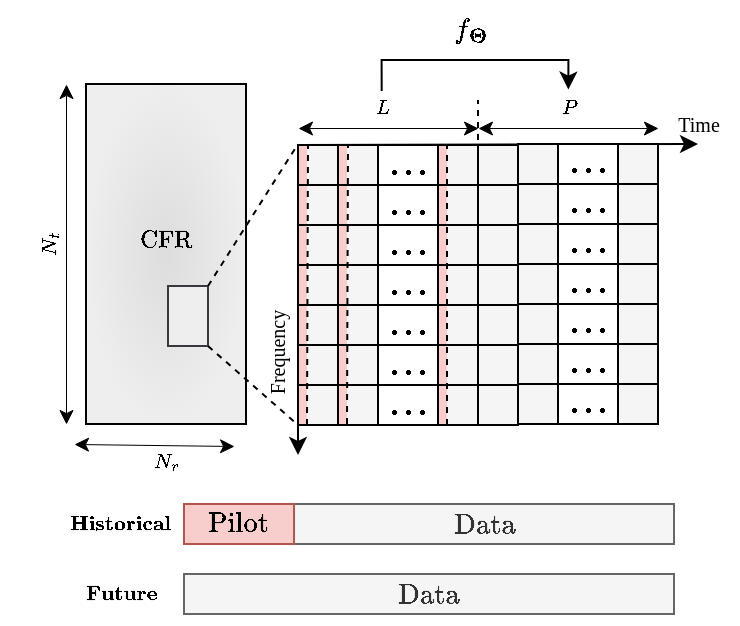
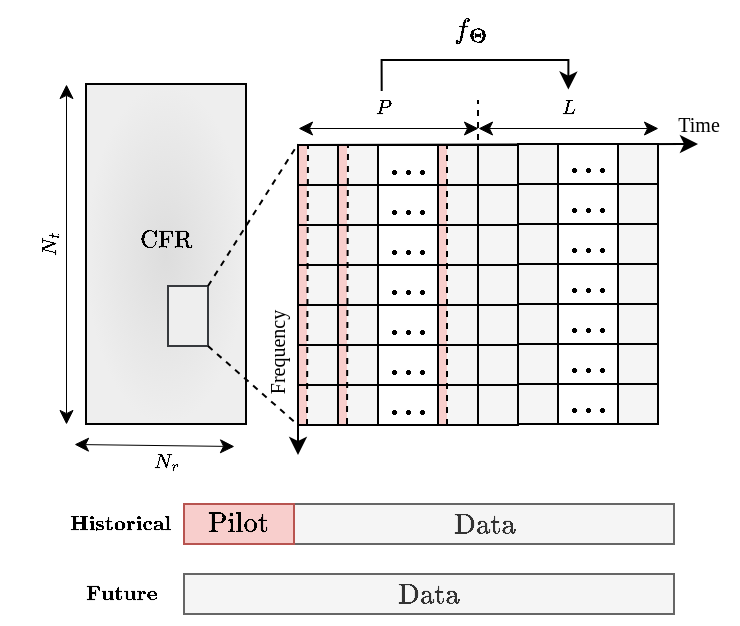
<mxfile host="app.diagrams.net" agent="Mozilla/5.0 (Macintosh; Intel Mac OS X 10_15_7) AppleWebKit/537.36 (KHTML, like Gecko) Chrome/141.0.0.0 Safari/537.36 Edg/141.0.0.0">
  <diagram name="第 1 页" id="D2adrHRu20BCA5vovUWD">
-     <mxGraphModel dx="534" dy="377" grid="1" gridSize="10" guides="1" tooltips="1" connect="1" arrows="1" fold="1" page="1" pageScale="1" pageWidth="850" pageHeight="1100" math="1" shadow="0">
+     <mxGraphModel dx="774" dy="547" grid="1" gridSize="10" guides="1" tooltips="1" connect="1" arrows="1" fold="1" page="1" pageScale="1" pageWidth="850" pageHeight="1100" math="1" shadow="0">
      <root>
        <mxCell id="0" />
        <mxCell id="1" parent="0" />
        <mxCell id="vL8rOUMA7y1sfk7vwX27-157" parent="1" style="text;html=1;align=center;verticalAlign=middle;resizable=0;points=[];autosize=1;strokeColor=none;fillColor=none;rotation=-90;" value="&lt;font face=&quot;Times New Roman&quot; style=&quot;font-size: 10px;&quot;&gt;Frequency&lt;/font&gt;" vertex="1">
          <mxGeometry height="30" width="70" x="140" y="199.5" as="geometry" />
        </mxCell>
        <mxCell id="vL8rOUMA7y1sfk7vwX27-163" parent="1" style="rounded=0;whiteSpace=wrap;html=1;fillColor=#DDDDDD;fillStyle=auto;gradientColor=#EEEEEE;gradientDirection=radial;" value="&lt;font face=&quot;Times New Roman&quot;&gt;\[\mathrm{CFR}\]&lt;/font&gt;&lt;div&gt;&lt;font face=&quot;Times New Roman&quot;&gt;&lt;span style=&quot;font-size: 10px;&quot;&gt;&lt;br&gt;&lt;/span&gt;&lt;/font&gt;&lt;/div&gt;" vertex="1">
          <mxGeometry height="170" width="80" x="80" y="80" as="geometry" />
        </mxCell>
        <mxCell id="vL8rOUMA7y1sfk7vwX27-164" parent="1" style="rounded=0;whiteSpace=wrap;html=1;rotation=0;fillColor=#eeeeee;strokeColor=#36393d;" value="" vertex="1">
          <mxGeometry height="30" width="20" x="121" y="181" as="geometry" />
        </mxCell>
        <mxCell id="vL8rOUMA7y1sfk7vwX27-165" edge="1" parent="1" source="vL8rOUMA7y1sfk7vwX27-164" style="endArrow=none;dashed=1;html=1;rounded=0;exitX=1;exitY=1;exitDx=0;exitDy=0;entryX=0;entryY=1;entryDx=0;entryDy=0;" target="vL8rOUMA7y1sfk7vwX27-77" value="">
          <mxGeometry height="50" relative="1" width="50" as="geometry">
            <mxPoint x="131" y="215" as="sourcePoint" />
            <mxPoint x="206" y="260" as="targetPoint" />
          </mxGeometry>
        </mxCell>
        <mxCell id="vL8rOUMA7y1sfk7vwX27-166" edge="1" parent="1" source="vL8rOUMA7y1sfk7vwX27-164" style="endArrow=none;dashed=1;html=1;rounded=0;exitX=1;exitY=0;exitDx=0;exitDy=0;" value="">
          <mxGeometry height="50" relative="1" width="50" as="geometry">
            <mxPoint x="131" y="185" as="sourcePoint" />
            <mxPoint x="186" y="110" as="targetPoint" />
          </mxGeometry>
        </mxCell>
        <mxCell id="vL8rOUMA7y1sfk7vwX27-167" edge="1" parent="1" style="endArrow=classic;startArrow=classic;html=1;rounded=0;strokeWidth=0.5;" value="">
          <mxGeometry height="50" relative="1" width="50" as="geometry">
            <mxPoint x="74" y="260" as="sourcePoint" />
            <mxPoint x="154" y="261" as="targetPoint" />
          </mxGeometry>
        </mxCell>
        <mxCell id="vL8rOUMA7y1sfk7vwX27-168" parent="1" style="text;html=1;align=center;verticalAlign=middle;resizable=0;points=[];autosize=1;strokeColor=none;fillColor=none;" value="&lt;font face=&quot;Times New Roman&quot; style=&quot;font-size: 10px;&quot;&gt;\[N_r\]&lt;/font&gt;" vertex="1">
          <mxGeometry height="30" width="50" x="95" y="254" as="geometry" />
        </mxCell>
        <mxCell id="vL8rOUMA7y1sfk7vwX27-169" parent="1" style="text;html=1;align=center;verticalAlign=middle;resizable=0;points=[];autosize=1;strokeColor=none;fillColor=none;rotation=-90;" value="&lt;font face=&quot;Times New Roman&quot; style=&quot;font-size: 10px;&quot;&gt;\[N_t\]&lt;/font&gt;" vertex="1">
          <mxGeometry height="30" width="50" x="37" y="145" as="geometry" />
        </mxCell>
        <mxCell id="vL8rOUMA7y1sfk7vwX27-170" edge="1" parent="1" style="endArrow=classic;startArrow=classic;html=1;rounded=0;strokeWidth=0.5;" value="">
          <mxGeometry height="50" relative="1" width="50" as="geometry">
            <mxPoint x="70" y="250" as="sourcePoint" />
            <mxPoint x="70" y="80" as="targetPoint" />
          </mxGeometry>
        </mxCell>
-         <mxCell id="vL8rOUMA7y1sfk7vwX27-160" parent="1" style="text;html=1;align=center;verticalAlign=middle;resizable=0;points=[];autosize=1;strokeColor=none;fillColor=none;container=0;" value="&lt;font face=&quot;Times New Roman&quot; style=&quot;font-size: 10px;&quot;&gt;\[L\]&lt;/font&gt;" vertex="1">
+         <mxCell id="vL8rOUMA7y1sfk7vwX27-160" parent="1" style="text;html=1;align=center;verticalAlign=middle;resizable=0;points=[];autosize=1;strokeColor=none;fillColor=none;container=0;" value="&lt;font face=&quot;Times New Roman&quot; style=&quot;font-size: 10px;&quot;&gt;\[P\]&lt;/font&gt;" vertex="1">
          <mxGeometry height="40" width="30" x="213" y="72" as="geometry" />
        </mxCell>
-         <mxCell id="vL8rOUMA7y1sfk7vwX27-162" parent="1" style="text;html=1;align=center;verticalAlign=middle;resizable=0;points=[];autosize=1;strokeColor=none;fillColor=none;container=0;" value="&lt;font face=&quot;Times New Roman&quot;&gt;&lt;span style=&quot;font-size: 10px;&quot;&gt;\[P\]&lt;/span&gt;&lt;/font&gt;" vertex="1">
+         <mxCell id="vL8rOUMA7y1sfk7vwX27-162" parent="1" style="text;html=1;align=center;verticalAlign=middle;resizable=0;points=[];autosize=1;strokeColor=none;fillColor=none;container=0;" value="&lt;font face=&quot;Times New Roman&quot;&gt;&lt;span style=&quot;font-size: 10px;&quot;&gt;\[L\]&lt;/span&gt;&lt;/font&gt;" vertex="1">
          <mxGeometry height="40" width="30" x="306" y="72" as="geometry" />
        </mxCell>
        <mxCell id="vL8rOUMA7y1sfk7vwX27-196" parent="1" style="rounded=0;whiteSpace=wrap;html=1;fillColor=#f5f5f5;strokeColor=#666666;fontColor=#333333;" value="\[\mathrm{Data}\]" vertex="1">
          <mxGeometry height="20" width="190" x="184" y="290" as="geometry" />
        </mxCell>
        <mxCell id="vL8rOUMA7y1sfk7vwX27-197" parent="1" style="rounded=0;whiteSpace=wrap;html=1;fillColor=#f8cecc;strokeColor=#b85450;" value="\[\mathrm{Pilot}\]" vertex="1">
          <mxGeometry height="20" width="55" x="129" y="290" as="geometry" />
        </mxCell>
        <mxCell id="vL8rOUMA7y1sfk7vwX27-74" edge="1" parent="1" style="endArrow=classic;html=1;rounded=0;exitX=0;exitY=0;exitDx=0;exitDy=0;" value="">
          <mxGeometry height="50" relative="1" width="50" as="geometry">
            <mxPoint x="186" y="110.5" as="sourcePoint" />
            <mxPoint x="386" y="110" as="targetPoint" />
          </mxGeometry>
        </mxCell>
        <mxCell id="vL8rOUMA7y1sfk7vwX27-75" edge="1" parent="1" source="vL8rOUMA7y1sfk7vwX27-138" style="endArrow=classic;html=1;rounded=0;fillColor=#f5f5f5;strokeColor=#000000;exitX=0;exitY=0;exitDx=0;exitDy=0;" value="">
          <mxGeometry height="50" relative="1" width="50" as="geometry">
            <mxPoint x="186" y="90.5" as="sourcePoint" />
            <mxPoint x="186" y="265.5" as="targetPoint" />
          </mxGeometry>
        </mxCell>
        <mxCell id="vL8rOUMA7y1sfk7vwX27-158" edge="1" parent="1" style="endArrow=none;html=1;rounded=0;entryX=1;entryY=1;entryDx=0;entryDy=0;dashed=1;" value="">
          <mxGeometry height="50" relative="1" width="50" as="geometry">
            <mxPoint x="276" y="108" as="sourcePoint" />
            <mxPoint x="276" y="88" as="targetPoint" />
          </mxGeometry>
        </mxCell>
        <mxCell id="vL8rOUMA7y1sfk7vwX27-77" parent="1" style="rounded=0;whiteSpace=wrap;html=1;fillColor=#f5f5f5;strokeColor=#000000;container=0;fontColor=#333333;" value="" vertex="1">
          <mxGeometry height="20" width="20" x="186" y="230.5" as="geometry" />
        </mxCell>
        <mxCell id="vL8rOUMA7y1sfk7vwX27-78" parent="1" style="rounded=0;whiteSpace=wrap;html=1;fillColor=#f5f5f5;strokeColor=#000000;container=0;fontColor=#333333;" value="" vertex="1">
          <mxGeometry height="20" width="20" x="206" y="230.5" as="geometry" />
        </mxCell>
        <mxCell id="vL8rOUMA7y1sfk7vwX27-80" parent="1" style="rounded=0;whiteSpace=wrap;html=1;container=0;" value="&lt;b&gt;\[\mathbf{...}\]&lt;/b&gt;" vertex="1">
          <mxGeometry height="20" width="30" x="226" y="230.5" as="geometry" />
        </mxCell>
        <mxCell id="vL8rOUMA7y1sfk7vwX27-79" parent="1" style="rounded=0;whiteSpace=wrap;html=1;fillColor=#f5f5f5;strokeColor=#000000;container=0;fontColor=#333333;" value="" vertex="1">
          <mxGeometry height="20" width="20" x="256" y="230.5" as="geometry" />
        </mxCell>
        <mxCell id="vL8rOUMA7y1sfk7vwX27-90" parent="1" style="rounded=0;whiteSpace=wrap;html=1;fillColor=#f5f5f5;strokeColor=#000000;container=0;fontColor=#333333;" value="" vertex="1">
          <mxGeometry height="20" width="20" x="256" y="210.5" as="geometry" />
        </mxCell>
        <mxCell id="vL8rOUMA7y1sfk7vwX27-100" parent="1" style="rounded=0;whiteSpace=wrap;html=1;fillColor=#f5f5f5;strokeColor=#000000;container=0;fontColor=#333333;" value="" vertex="1">
          <mxGeometry height="20" width="20" x="256" y="170.5" as="geometry" />
        </mxCell>
        <mxCell id="vL8rOUMA7y1sfk7vwX27-110" parent="1" style="rounded=0;whiteSpace=wrap;html=1;fillColor=#f5f5f5;strokeColor=#000000;container=0;fontColor=#333333;" value="" vertex="1">
          <mxGeometry height="20" width="20" x="256" y="190.5" as="geometry" />
        </mxCell>
        <mxCell id="vL8rOUMA7y1sfk7vwX27-120" parent="1" style="rounded=0;whiteSpace=wrap;html=1;fillColor=#f5f5f5;strokeColor=#000000;container=0;fontColor=#333333;" value="" vertex="1">
          <mxGeometry height="20" width="20" x="256" y="150.5" as="geometry" />
        </mxCell>
        <mxCell id="vL8rOUMA7y1sfk7vwX27-130" parent="1" style="rounded=0;whiteSpace=wrap;html=1;fillColor=#f5f5f5;strokeColor=#000000;container=0;fontColor=#333333;" value="" vertex="1">
          <mxGeometry height="20" width="20" x="256" y="130.5" as="geometry" />
        </mxCell>
        <mxCell id="vL8rOUMA7y1sfk7vwX27-140" parent="1" style="rounded=0;whiteSpace=wrap;html=1;fillColor=#f5f5f5;strokeColor=#000000;container=0;fontColor=#333333;" value="" vertex="1">
          <mxGeometry height="20" width="20" x="256" y="110.5" as="geometry" />
        </mxCell>
        <mxCell id="vL8rOUMA7y1sfk7vwX27-161" edge="1" parent="1" style="endArrow=classic;startArrow=classic;html=1;rounded=0;strokeWidth=0.5;" value="">
          <mxGeometry height="50" relative="1" width="50" as="geometry">
            <mxPoint x="276" y="102" as="sourcePoint" />
            <mxPoint x="366" y="102" as="targetPoint" />
          </mxGeometry>
        </mxCell>
        <mxCell id="vL8rOUMA7y1sfk7vwX27-159" edge="1" parent="1" style="endArrow=classic;startArrow=classic;html=1;rounded=0;strokeWidth=0.5;" value="">
          <mxGeometry height="50" relative="1" width="50" as="geometry">
            <mxPoint x="186" y="102" as="sourcePoint" />
            <mxPoint x="276" y="102" as="targetPoint" />
          </mxGeometry>
        </mxCell>
        <mxCell id="vL8rOUMA7y1sfk7vwX27-146" parent="1" style="rounded=0;whiteSpace=wrap;html=1;fillColor=#f5f5f5;strokeColor=#000000;container=0;fontColor=#333333;" value="" vertex="1">
          <mxGeometry height="20" width="20" x="296" y="110" as="geometry" />
        </mxCell>
        <mxCell id="vL8rOUMA7y1sfk7vwX27-172" parent="1" style="rounded=0;whiteSpace=wrap;html=1;container=0;" value="&lt;b&gt;\[\mathbf{...}\]&lt;/b&gt;" vertex="1">
          <mxGeometry height="20" width="30" x="316" y="230" as="geometry" />
        </mxCell>
        <mxCell id="vL8rOUMA7y1sfk7vwX27-173" parent="1" style="rounded=0;whiteSpace=wrap;html=1;container=0;" value="&lt;b&gt;\[\mathbf{...}\]&lt;/b&gt;" vertex="1">
          <mxGeometry height="20" width="30" x="316" y="210" as="geometry" />
        </mxCell>
        <mxCell id="vL8rOUMA7y1sfk7vwX27-174" parent="1" style="rounded=0;whiteSpace=wrap;html=1;container=0;" value="&lt;b&gt;\[\mathbf{...}\]&lt;/b&gt;" vertex="1">
          <mxGeometry height="20" width="30" x="316" y="170" as="geometry" />
        </mxCell>
        <mxCell id="vL8rOUMA7y1sfk7vwX27-175" parent="1" style="rounded=0;whiteSpace=wrap;html=1;container=0;" value="&lt;b&gt;\[\mathbf{...}\]&lt;/b&gt;" vertex="1">
          <mxGeometry height="20" width="30" x="316" y="190" as="geometry" />
        </mxCell>
        <mxCell id="vL8rOUMA7y1sfk7vwX27-176" parent="1" style="rounded=0;whiteSpace=wrap;html=1;container=0;" value="&lt;b&gt;\[\mathbf{...}\]&lt;/b&gt;" vertex="1">
          <mxGeometry height="20" width="30" x="316" y="150" as="geometry" />
        </mxCell>
        <mxCell id="vL8rOUMA7y1sfk7vwX27-177" parent="1" style="rounded=0;whiteSpace=wrap;html=1;container=0;" value="&lt;b&gt;\[\mathbf{...}\]&lt;/b&gt;" vertex="1">
          <mxGeometry height="20" width="30" x="316" y="130" as="geometry" />
        </mxCell>
        <mxCell id="vL8rOUMA7y1sfk7vwX27-178" parent="1" style="rounded=0;whiteSpace=wrap;html=1;container=0;" value="&lt;b&gt;\[\mathbf{...}\]&lt;/b&gt;" vertex="1">
          <mxGeometry height="20" width="30" x="316" y="110" as="geometry" />
        </mxCell>
        <mxCell id="vL8rOUMA7y1sfk7vwX27-82" parent="1" style="rounded=0;whiteSpace=wrap;html=1;fillColor=#f5f5f5;strokeColor=#000000;container=0;fontColor=#333333;" value="" vertex="1">
          <mxGeometry height="20" width="20" x="346" y="230" as="geometry" />
        </mxCell>
        <mxCell id="vL8rOUMA7y1sfk7vwX27-93" parent="1" style="rounded=0;whiteSpace=wrap;html=1;fillColor=#f5f5f5;strokeColor=#000000;container=0;fontColor=#333333;" value="" vertex="1">
          <mxGeometry height="20" width="20" x="346" y="210" as="geometry" />
        </mxCell>
        <mxCell id="vL8rOUMA7y1sfk7vwX27-103" parent="1" style="rounded=0;whiteSpace=wrap;html=1;fillColor=#f5f5f5;strokeColor=#000000;container=0;fontColor=#333333;" value="" vertex="1">
          <mxGeometry height="20" width="20" x="346" y="170" as="geometry" />
        </mxCell>
        <mxCell id="vL8rOUMA7y1sfk7vwX27-113" parent="1" style="rounded=0;whiteSpace=wrap;html=1;fillColor=#f5f5f5;strokeColor=#000000;container=0;fontColor=#333333;" value="" vertex="1">
          <mxGeometry height="20" width="20" x="346" y="190" as="geometry" />
        </mxCell>
        <mxCell id="vL8rOUMA7y1sfk7vwX27-123" parent="1" style="rounded=0;whiteSpace=wrap;html=1;fillColor=#f5f5f5;strokeColor=#000000;container=0;fontColor=#333333;" value="" vertex="1">
          <mxGeometry height="20" width="20" x="346" y="150" as="geometry" />
        </mxCell>
        <mxCell id="vL8rOUMA7y1sfk7vwX27-133" parent="1" style="rounded=0;whiteSpace=wrap;html=1;fillColor=#f5f5f5;strokeColor=#000000;container=0;fontColor=#333333;" value="" vertex="1">
          <mxGeometry height="20" width="20" x="346" y="130" as="geometry" />
        </mxCell>
        <mxCell id="vL8rOUMA7y1sfk7vwX27-143" parent="1" style="rounded=0;whiteSpace=wrap;html=1;fillColor=#f5f5f5;strokeColor=#000000;container=0;fontColor=#333333;" value="" vertex="1">
          <mxGeometry height="20" width="20" x="346" y="110" as="geometry" />
        </mxCell>
        <mxCell id="vL8rOUMA7y1sfk7vwX27-85" parent="1" style="rounded=0;whiteSpace=wrap;html=1;fillColor=#f5f5f5;strokeColor=#000000;container=0;fontColor=#333333;" value="" vertex="1">
          <mxGeometry height="20" width="20" x="296" y="230" as="geometry" />
        </mxCell>
        <mxCell id="vL8rOUMA7y1sfk7vwX27-96" parent="1" style="rounded=0;whiteSpace=wrap;html=1;fillColor=#f5f5f5;strokeColor=#000000;container=0;fontColor=#333333;" value="" vertex="1">
          <mxGeometry height="20" width="20" x="296" y="210" as="geometry" />
        </mxCell>
        <mxCell id="vL8rOUMA7y1sfk7vwX27-106" parent="1" style="rounded=0;whiteSpace=wrap;html=1;fillColor=#f5f5f5;strokeColor=#000000;container=0;fontColor=#333333;" value="" vertex="1">
          <mxGeometry height="20" width="20" x="296" y="170" as="geometry" />
        </mxCell>
        <mxCell id="vL8rOUMA7y1sfk7vwX27-116" parent="1" style="rounded=0;whiteSpace=wrap;html=1;fillColor=#f5f5f5;strokeColor=#000000;container=0;fontColor=#333333;" value="" vertex="1">
          <mxGeometry height="20" width="20" x="296" y="190" as="geometry" />
        </mxCell>
        <mxCell id="vL8rOUMA7y1sfk7vwX27-126" parent="1" style="rounded=0;whiteSpace=wrap;html=1;fillColor=#f5f5f5;strokeColor=#000000;container=0;fontColor=#333333;" value="" vertex="1">
          <mxGeometry height="20" width="20" x="296" y="150" as="geometry" />
        </mxCell>
        <mxCell id="vL8rOUMA7y1sfk7vwX27-136" parent="1" style="rounded=0;whiteSpace=wrap;html=1;fillColor=#f5f5f5;strokeColor=#000000;container=0;fontColor=#333333;" value="" vertex="1">
          <mxGeometry height="20" width="20" x="296" y="130" as="geometry" />
        </mxCell>
        <mxCell id="vL8rOUMA7y1sfk7vwX27-86" parent="1" style="text;html=1;align=center;verticalAlign=middle;resizable=0;points=[];autosize=1;strokeColor=none;fillColor=none;container=0;" value="&lt;font face=&quot;Times New Roman&quot; style=&quot;font-size: 10px;&quot;&gt;Time&lt;/font&gt;" vertex="1">
          <mxGeometry height="30" width="40" x="366" y="85" as="geometry" />
        </mxCell>
        <mxCell id="vL8rOUMA7y1sfk7vwX27-118" parent="1" style="rounded=0;whiteSpace=wrap;html=1;fillColor=#f5f5f5;strokeColor=#000000;container=0;fontColor=#333333;" value="" vertex="1">
          <mxGeometry height="20" width="20" x="186" y="150.5" as="geometry" />
        </mxCell>
        <mxCell id="vL8rOUMA7y1sfk7vwX27-119" parent="1" style="rounded=0;whiteSpace=wrap;html=1;fillColor=#f5f5f5;strokeColor=#000000;container=0;fontColor=#333333;" value="" vertex="1">
          <mxGeometry height="20" width="20" x="206" y="150.5" as="geometry" />
        </mxCell>
        <mxCell id="vL8rOUMA7y1sfk7vwX27-121" parent="1" style="rounded=0;whiteSpace=wrap;html=1;container=0;" value="&lt;b&gt;\[\mathbf{...}\]&lt;/b&gt;" vertex="1">
          <mxGeometry height="20" width="30" x="226" y="150.5" as="geometry" />
        </mxCell>
        <mxCell id="vL8rOUMA7y1sfk7vwX27-88" parent="1" style="rounded=0;whiteSpace=wrap;html=1;fillColor=#f5f5f5;strokeColor=#000000;container=0;fontColor=#333333;" value="" vertex="1">
          <mxGeometry height="20" width="20" x="186" y="210.5" as="geometry" />
        </mxCell>
        <mxCell id="vL8rOUMA7y1sfk7vwX27-89" parent="1" style="rounded=0;whiteSpace=wrap;html=1;fillColor=#f5f5f5;strokeColor=#000000;container=0;fontColor=#333333;" value="" vertex="1">
          <mxGeometry height="20" width="20" x="206" y="210.5" as="geometry" />
        </mxCell>
        <mxCell id="vL8rOUMA7y1sfk7vwX27-91" parent="1" style="rounded=0;whiteSpace=wrap;html=1;container=0;" value="&lt;b&gt;\[\mathbf{...}\]&lt;/b&gt;" vertex="1">
          <mxGeometry height="20" width="30" x="226" y="210.5" as="geometry" />
        </mxCell>
        <mxCell id="vL8rOUMA7y1sfk7vwX27-98" parent="1" style="rounded=0;whiteSpace=wrap;html=1;fillColor=#f5f5f5;strokeColor=#000000;container=0;fontColor=#333333;" value="" vertex="1">
          <mxGeometry height="20" width="20" x="186" y="170.5" as="geometry" />
        </mxCell>
        <mxCell id="vL8rOUMA7y1sfk7vwX27-99" parent="1" style="rounded=0;whiteSpace=wrap;html=1;fillColor=#f5f5f5;strokeColor=#000000;container=0;fontColor=#333333;" value="" vertex="1">
          <mxGeometry height="20" width="20" x="206" y="170.5" as="geometry" />
        </mxCell>
        <mxCell id="vL8rOUMA7y1sfk7vwX27-101" parent="1" style="rounded=0;whiteSpace=wrap;html=1;container=0;" value="&lt;b&gt;\[\mathbf{...}\]&lt;/b&gt;" vertex="1">
          <mxGeometry height="20" width="30" x="226" y="170.5" as="geometry" />
        </mxCell>
        <mxCell id="vL8rOUMA7y1sfk7vwX27-285" parent="1" style="rounded=0;whiteSpace=wrap;html=1;fillColor=#f8cecc;strokeColor=none;dashed=1;container=0;glass=0;shadow=0;" value="" vertex="1">
          <mxGeometry height="19" width="4" x="256.5" y="151" as="geometry" />
        </mxCell>
        <mxCell id="vL8rOUMA7y1sfk7vwX27-108" parent="1" style="rounded=0;whiteSpace=wrap;html=1;fillColor=#f5f5f5;strokeColor=#000000;container=0;fontColor=#333333;" value="" vertex="1">
          <mxGeometry height="20" width="20" x="186" y="190.5" as="geometry" />
        </mxCell>
        <mxCell id="vL8rOUMA7y1sfk7vwX27-109" parent="1" style="rounded=0;whiteSpace=wrap;html=1;fillColor=#f5f5f5;strokeColor=#000000;container=0;fontColor=#333333;" value="" vertex="1">
          <mxGeometry height="20" width="20" x="206" y="190.5" as="geometry" />
        </mxCell>
        <mxCell id="vL8rOUMA7y1sfk7vwX27-111" parent="1" style="rounded=0;whiteSpace=wrap;html=1;container=0;" value="&lt;b&gt;\[\mathbf{...}\]&lt;/b&gt;" vertex="1">
          <mxGeometry height="20" width="30" x="226" y="190.5" as="geometry" />
        </mxCell>
        <mxCell id="vL8rOUMA7y1sfk7vwX27-128" parent="1" style="rounded=0;whiteSpace=wrap;html=1;fillColor=#f5f5f5;strokeColor=#000000;container=0;fontColor=#333333;" value="" vertex="1">
          <mxGeometry height="20" width="20" x="186" y="130.5" as="geometry" />
        </mxCell>
        <mxCell id="vL8rOUMA7y1sfk7vwX27-129" parent="1" style="rounded=0;whiteSpace=wrap;html=1;fillColor=#f5f5f5;strokeColor=#000000;container=0;fontColor=#333333;" value="" vertex="1">
          <mxGeometry height="20" width="20" x="206" y="130.5" as="geometry" />
        </mxCell>
        <mxCell id="vL8rOUMA7y1sfk7vwX27-131" parent="1" style="rounded=0;whiteSpace=wrap;html=1;container=0;" value="&lt;b&gt;\[\mathbf{...}\]&lt;/b&gt;" vertex="1">
          <mxGeometry height="20" width="30" x="226" y="130.5" as="geometry" />
        </mxCell>
        <mxCell id="vL8rOUMA7y1sfk7vwX27-138" parent="1" style="rounded=0;whiteSpace=wrap;html=1;fillColor=#f5f5f5;strokeColor=#000000;container=0;fontColor=#333333;" value="" vertex="1">
          <mxGeometry height="20" width="20" x="186" y="110.5" as="geometry" />
        </mxCell>
        <mxCell id="vL8rOUMA7y1sfk7vwX27-139" parent="1" style="rounded=0;whiteSpace=wrap;html=1;fillColor=#f5f5f5;strokeColor=#000000;container=0;fontColor=#333333;" value="" vertex="1">
          <mxGeometry height="20" width="20" x="206" y="110.5" as="geometry" />
        </mxCell>
        <mxCell id="vL8rOUMA7y1sfk7vwX27-141" parent="1" style="rounded=0;whiteSpace=wrap;html=1;container=0;" value="&lt;b&gt;\[\mathbf{...}\]&lt;/b&gt;" vertex="1">
          <mxGeometry height="20" width="30" x="226" y="110.5" as="geometry" />
        </mxCell>
        <mxCell id="vL8rOUMA7y1sfk7vwX27-288" parent="1" style="rounded=0;whiteSpace=wrap;html=1;fillColor=#f8cecc;strokeColor=none;dashed=1;container=0;glass=0;shadow=0;" value="" vertex="1">
          <mxGeometry height="19" width="4" x="256.5" y="131" as="geometry" />
        </mxCell>
        <mxCell id="vL8rOUMA7y1sfk7vwX27-289" parent="1" style="rounded=0;whiteSpace=wrap;html=1;fillColor=#f8cecc;strokeColor=none;dashed=1;container=0;glass=0;shadow=0;" value="" vertex="1">
          <mxGeometry height="19" width="4" x="256.5" y="111" as="geometry" />
        </mxCell>
        <mxCell id="vL8rOUMA7y1sfk7vwX27-291" parent="1" style="rounded=0;whiteSpace=wrap;html=1;fillColor=#f8cecc;strokeColor=none;dashed=1;container=0;glass=0;shadow=0;" value="" vertex="1">
          <mxGeometry height="19" width="4" x="256.5" y="171" as="geometry" />
        </mxCell>
        <mxCell id="vL8rOUMA7y1sfk7vwX27-292" parent="1" style="rounded=0;whiteSpace=wrap;html=1;fillColor=#f8cecc;strokeColor=none;dashed=1;container=0;glass=0;shadow=0;" value="" vertex="1">
          <mxGeometry height="19" width="4" x="256.5" y="191" as="geometry" />
        </mxCell>
        <mxCell id="vL8rOUMA7y1sfk7vwX27-293" parent="1" style="rounded=0;whiteSpace=wrap;html=1;fillColor=#f8cecc;strokeColor=none;dashed=1;container=0;glass=0;shadow=0;" value="" vertex="1">
          <mxGeometry height="19" width="4" x="256.5" y="211" as="geometry" />
        </mxCell>
        <mxCell id="vL8rOUMA7y1sfk7vwX27-294" parent="1" style="rounded=0;whiteSpace=wrap;html=1;fillColor=#f8cecc;strokeColor=none;dashed=1;container=0;glass=0;shadow=0;" value="" vertex="1">
          <mxGeometry height="19" width="4" x="256.5" y="231" as="geometry" />
        </mxCell>
        <mxCell id="vL8rOUMA7y1sfk7vwX27-303" parent="1" style="rounded=0;whiteSpace=wrap;html=1;fillColor=#f8cecc;strokeColor=none;dashed=1;container=0;glass=0;shadow=0;gradientColor=none;" value="" vertex="1">
          <mxGeometry height="19" width="4" x="206.5" y="151" as="geometry" />
        </mxCell>
        <mxCell id="vL8rOUMA7y1sfk7vwX27-304" parent="1" style="rounded=0;whiteSpace=wrap;html=1;fillColor=#f8cecc;strokeColor=none;dashed=1;container=0;glass=0;shadow=0;gradientColor=none;" value="" vertex="1">
          <mxGeometry height="19" width="4" x="206.5" y="131" as="geometry" />
        </mxCell>
        <mxCell id="vL8rOUMA7y1sfk7vwX27-305" parent="1" style="rounded=0;whiteSpace=wrap;html=1;fillColor=#f8cecc;strokeColor=none;dashed=1;container=0;glass=0;shadow=0;gradientColor=none;" value="" vertex="1">
          <mxGeometry height="19" width="4" x="206.5" y="111" as="geometry" />
        </mxCell>
        <mxCell id="vL8rOUMA7y1sfk7vwX27-307" parent="1" style="rounded=0;whiteSpace=wrap;html=1;fillColor=#f8cecc;strokeColor=none;dashed=1;container=0;glass=0;shadow=0;gradientColor=none;" value="" vertex="1">
          <mxGeometry height="19" width="4" x="206.5" y="171" as="geometry" />
        </mxCell>
        <mxCell id="vL8rOUMA7y1sfk7vwX27-308" parent="1" style="rounded=0;whiteSpace=wrap;html=1;fillColor=#f8cecc;strokeColor=none;dashed=1;container=0;glass=0;shadow=0;gradientColor=none;" value="" vertex="1">
          <mxGeometry height="19" width="4" x="206.5" y="191" as="geometry" />
        </mxCell>
        <mxCell id="vL8rOUMA7y1sfk7vwX27-309" parent="1" style="rounded=0;whiteSpace=wrap;html=1;fillColor=#f8cecc;strokeColor=none;dashed=1;container=0;glass=0;shadow=0;gradientColor=none;" value="" vertex="1">
          <mxGeometry height="19" width="4" x="206.5" y="211" as="geometry" />
        </mxCell>
        <mxCell id="vL8rOUMA7y1sfk7vwX27-310" parent="1" style="rounded=0;whiteSpace=wrap;html=1;fillColor=#f8cecc;strokeColor=none;dashed=1;container=0;glass=0;shadow=0;gradientColor=none;" value="" vertex="1">
          <mxGeometry height="19" width="4" x="206.5" y="231" as="geometry" />
        </mxCell>
        <mxCell id="vL8rOUMA7y1sfk7vwX27-311" parent="1" style="rounded=0;whiteSpace=wrap;html=1;fillColor=#f8cecc;strokeColor=none;dashed=1;container=0;glass=0;shadow=0;gradientColor=none;" value="" vertex="1">
          <mxGeometry height="19" width="4" x="186.5" y="151" as="geometry" />
        </mxCell>
        <mxCell id="vL8rOUMA7y1sfk7vwX27-312" parent="1" style="rounded=0;whiteSpace=wrap;html=1;fillColor=#f8cecc;strokeColor=none;dashed=1;container=0;glass=0;shadow=0;gradientColor=none;" value="" vertex="1">
          <mxGeometry height="19" width="4" x="186.5" y="131" as="geometry" />
        </mxCell>
        <mxCell id="vL8rOUMA7y1sfk7vwX27-313" parent="1" style="rounded=0;whiteSpace=wrap;html=1;fillColor=#f8cecc;strokeColor=none;dashed=1;container=0;glass=0;shadow=0;gradientColor=none;" value="" vertex="1">
          <mxGeometry height="19" width="4" x="186.5" y="111" as="geometry" />
        </mxCell>
        <mxCell id="vL8rOUMA7y1sfk7vwX27-315" parent="1" style="rounded=0;whiteSpace=wrap;html=1;fillColor=#f8cecc;strokeColor=none;dashed=1;container=0;glass=0;shadow=0;gradientColor=none;" value="" vertex="1">
          <mxGeometry height="19" width="4" x="186.5" y="171" as="geometry" />
        </mxCell>
        <mxCell id="vL8rOUMA7y1sfk7vwX27-316" parent="1" style="rounded=0;whiteSpace=wrap;html=1;fillColor=#f8cecc;strokeColor=none;dashed=1;container=0;glass=0;shadow=0;gradientColor=none;" value="" vertex="1">
          <mxGeometry height="19" width="4" x="186.5" y="191" as="geometry" />
        </mxCell>
        <mxCell id="vL8rOUMA7y1sfk7vwX27-317" parent="1" style="rounded=0;whiteSpace=wrap;html=1;fillColor=#f8cecc;strokeColor=none;dashed=1;container=0;glass=0;shadow=0;gradientColor=none;" value="" vertex="1">
          <mxGeometry height="19" width="4" x="186.5" y="211" as="geometry" />
        </mxCell>
        <mxCell id="vL8rOUMA7y1sfk7vwX27-318" parent="1" style="rounded=0;whiteSpace=wrap;html=1;fillColor=#f8cecc;strokeColor=none;dashed=1;container=0;glass=0;shadow=0;gradientColor=none;" value="" vertex="1">
          <mxGeometry height="19" width="4" x="186.5" y="231" as="geometry" />
        </mxCell>
        <mxCell id="vL8rOUMA7y1sfk7vwX27-319" edge="1" parent="1" style="endArrow=none;html=1;rounded=0;entryX=0.25;entryY=0;entryDx=0;entryDy=0;exitX=0.25;exitY=1;exitDx=0;exitDy=0;dashed=1;" target="vL8rOUMA7y1sfk7vwX27-138" value="">
          <mxGeometry height="50" relative="1" width="50" as="geometry">
            <mxPoint x="190.5" y="250.44000000000005" as="sourcePoint" />
            <mxPoint x="190.5" y="90.5" as="targetPoint" />
          </mxGeometry>
        </mxCell>
        <mxCell id="vL8rOUMA7y1sfk7vwX27-320" edge="1" parent="1" style="endArrow=none;html=1;rounded=0;entryX=0.25;entryY=0;entryDx=0;entryDy=0;exitX=0.25;exitY=1;exitDx=0;exitDy=0;dashed=1;" target="vL8rOUMA7y1sfk7vwX27-139" value="">
          <mxGeometry height="50" relative="1" width="50" as="geometry">
            <mxPoint x="210.5" y="250" as="sourcePoint" />
            <mxPoint x="210.5" y="90" as="targetPoint" />
          </mxGeometry>
        </mxCell>
        <mxCell id="vL8rOUMA7y1sfk7vwX27-321" edge="1" parent="1" style="endArrow=none;html=1;rounded=0;entryX=1;entryY=0;entryDx=0;entryDy=0;exitX=0.25;exitY=1;exitDx=0;exitDy=0;dashed=1;fillColor=#f8cecc;strokeColor=default;" target="vL8rOUMA7y1sfk7vwX27-289" value="">
          <mxGeometry height="50" relative="1" width="50" as="geometry">
            <mxPoint x="260.5" y="250.5" as="sourcePoint" />
            <mxPoint x="260.5" y="90.5" as="targetPoint" />
          </mxGeometry>
        </mxCell>
        <mxCell id="Gn2U-Ttxje1ux7aKBa8M-2" parent="1" style="rounded=0;whiteSpace=wrap;html=1;fillColor=#f5f5f5;strokeColor=#000000;container=0;fontColor=#333333;" value="" vertex="1">
          <mxGeometry height="20" width="20" x="276" y="110.5" as="geometry" />
        </mxCell>
        <mxCell id="Gn2U-Ttxje1ux7aKBa8M-4" parent="1" style="rounded=0;whiteSpace=wrap;html=1;fillColor=#f5f5f5;strokeColor=#000000;container=0;fontColor=#333333;" value="" vertex="1">
          <mxGeometry height="20" width="20" x="276" y="230.5" as="geometry" />
        </mxCell>
        <mxCell id="Gn2U-Ttxje1ux7aKBa8M-5" parent="1" style="rounded=0;whiteSpace=wrap;html=1;fillColor=#f5f5f5;strokeColor=#000000;container=0;fontColor=#333333;" value="" vertex="1">
          <mxGeometry height="20" width="20" x="276" y="210.5" as="geometry" />
        </mxCell>
        <mxCell id="Gn2U-Ttxje1ux7aKBa8M-6" parent="1" style="rounded=0;whiteSpace=wrap;html=1;fillColor=#f5f5f5;strokeColor=#000000;container=0;fontColor=#333333;" value="" vertex="1">
          <mxGeometry height="20" width="20" x="276" y="170.5" as="geometry" />
        </mxCell>
        <mxCell id="Gn2U-Ttxje1ux7aKBa8M-7" parent="1" style="rounded=0;whiteSpace=wrap;html=1;fillColor=#f5f5f5;strokeColor=#000000;container=0;fontColor=#333333;" value="" vertex="1">
          <mxGeometry height="20" width="20" x="276" y="190.5" as="geometry" />
        </mxCell>
        <mxCell id="Gn2U-Ttxje1ux7aKBa8M-8" parent="1" style="rounded=0;whiteSpace=wrap;html=1;fillColor=#f5f5f5;strokeColor=#000000;container=0;fontColor=#333333;" value="" vertex="1">
          <mxGeometry height="20" width="20" x="276" y="150.5" as="geometry" />
        </mxCell>
        <mxCell id="Gn2U-Ttxje1ux7aKBa8M-9" parent="1" style="rounded=0;whiteSpace=wrap;html=1;fillColor=#f5f5f5;strokeColor=#000000;container=0;fontColor=#333333;" value="" vertex="1">
          <mxGeometry height="20" width="20" x="276" y="130.5" as="geometry" />
        </mxCell>
        <mxCell id="Gn2U-Ttxje1ux7aKBa8M-15" parent="1" style="text;html=1;align=center;verticalAlign=middle;resizable=0;points=[];autosize=1;strokeColor=none;fillColor=none;container=0;" value="&lt;font face=&quot;Times New Roman&quot; style=&quot;font-size: 10px;&quot;&gt;\[\mathbf{Historical}\]&lt;/font&gt;" vertex="1">
          <mxGeometry height="30" width="120" x="37" y="285" as="geometry" />
        </mxCell>
        <mxCell id="Gn2U-Ttxje1ux7aKBa8M-16" parent="1" style="text;html=1;align=center;verticalAlign=middle;resizable=0;points=[];autosize=1;strokeColor=none;fillColor=none;container=0;" value="&lt;font face=&quot;Times New Roman&quot;&gt;&lt;span style=&quot;font-size: 10px;&quot;&gt;\[\mathbf{Future}\]&lt;/span&gt;&lt;/font&gt;" vertex="1">
          <mxGeometry height="30" width="100" x="47" y="320" as="geometry" />
        </mxCell>
        <mxCell id="Gn2U-Ttxje1ux7aKBa8M-19" edge="1" parent="1" style="edgeStyle=orthogonalEdgeStyle;rounded=0;orthogonalLoop=1;jettySize=auto;html=1;entryX=0.506;entryY=-0.005;entryDx=0;entryDy=0;entryPerimeter=0;exitX=0.495;exitY=0.014;exitDx=0;exitDy=0;exitPerimeter=0;">
          <mxGeometry relative="1" as="geometry">
            <Array as="points">
              <mxPoint x="228" y="68" />
              <mxPoint x="321" y="68" />
            </Array>
            <mxPoint x="227.84999999999997" y="83.56" as="sourcePoint" />
            <mxPoint x="321.17999999999995" y="82.80000000000001" as="targetPoint" />
          </mxGeometry>
        </mxCell>
        <mxCell id="Gn2U-Ttxje1ux7aKBa8M-20" parent="1" style="text;html=1;whiteSpace=wrap;strokeColor=none;fillColor=none;align=center;verticalAlign=middle;rounded=0;" value="\[f_\boldsymbol{\Theta}\]" vertex="1">
          <mxGeometry height="30" width="60" x="243" y="38" as="geometry" />
        </mxCell>
        <mxCell id="Gn2U-Ttxje1ux7aKBa8M-21" parent="1" style="rounded=0;whiteSpace=wrap;html=1;fillColor=#f5f5f5;strokeColor=#666666;fontColor=#333333;" value="\[\mathrm{Data}\]" vertex="1">
          <mxGeometry height="20" width="245" x="129" y="325" as="geometry" />
        </mxCell>
      </root>
    </mxGraphModel>
  </diagram>
</mxfile>
